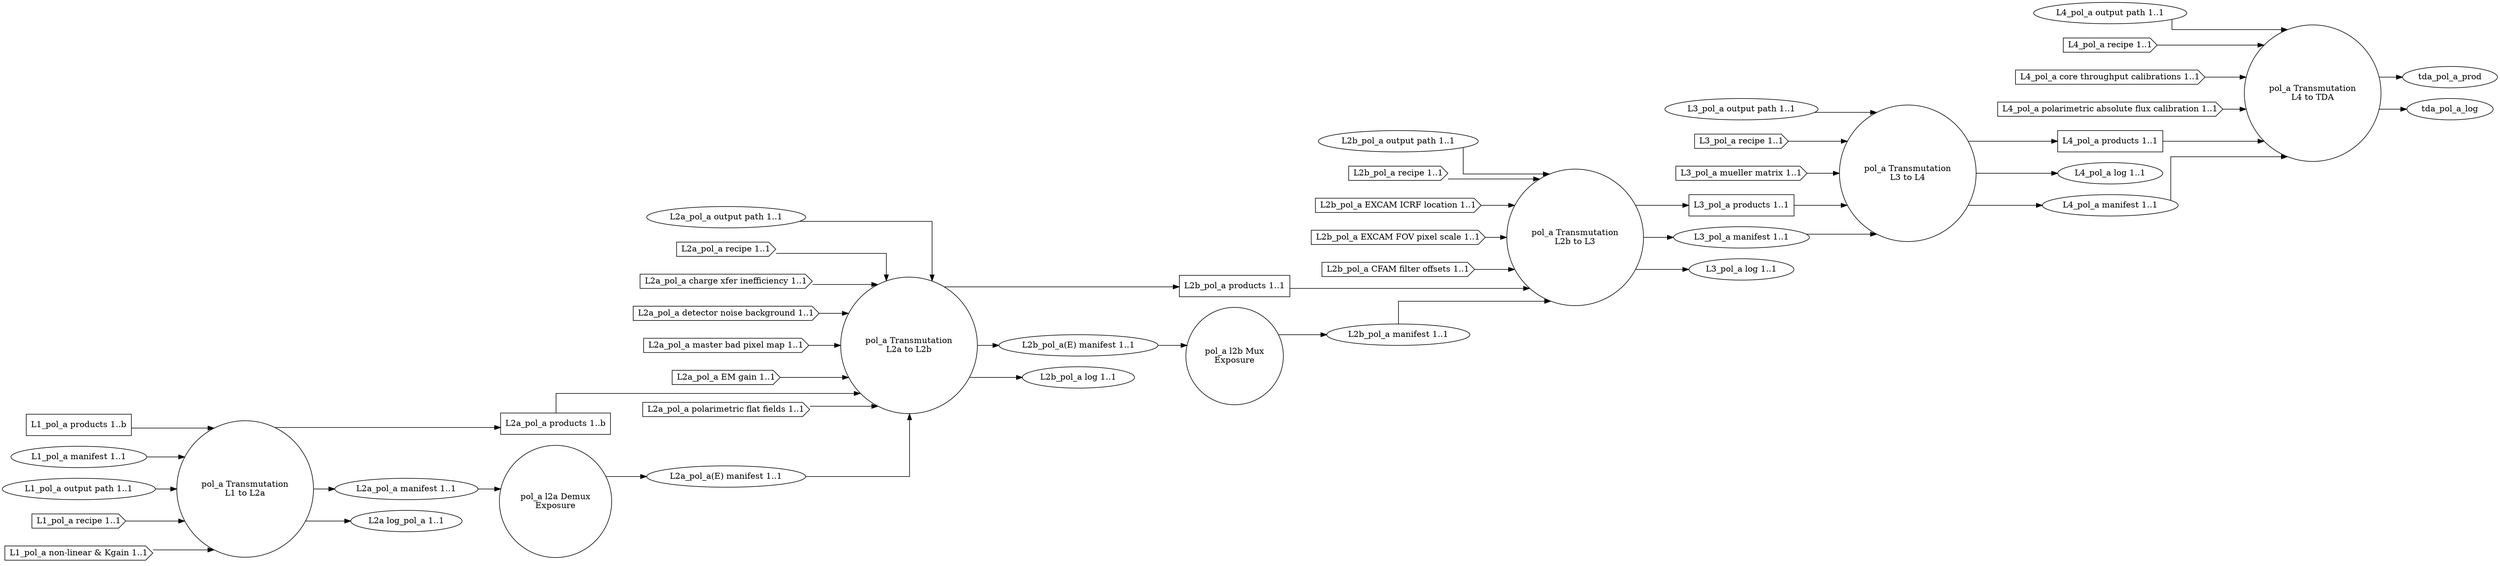
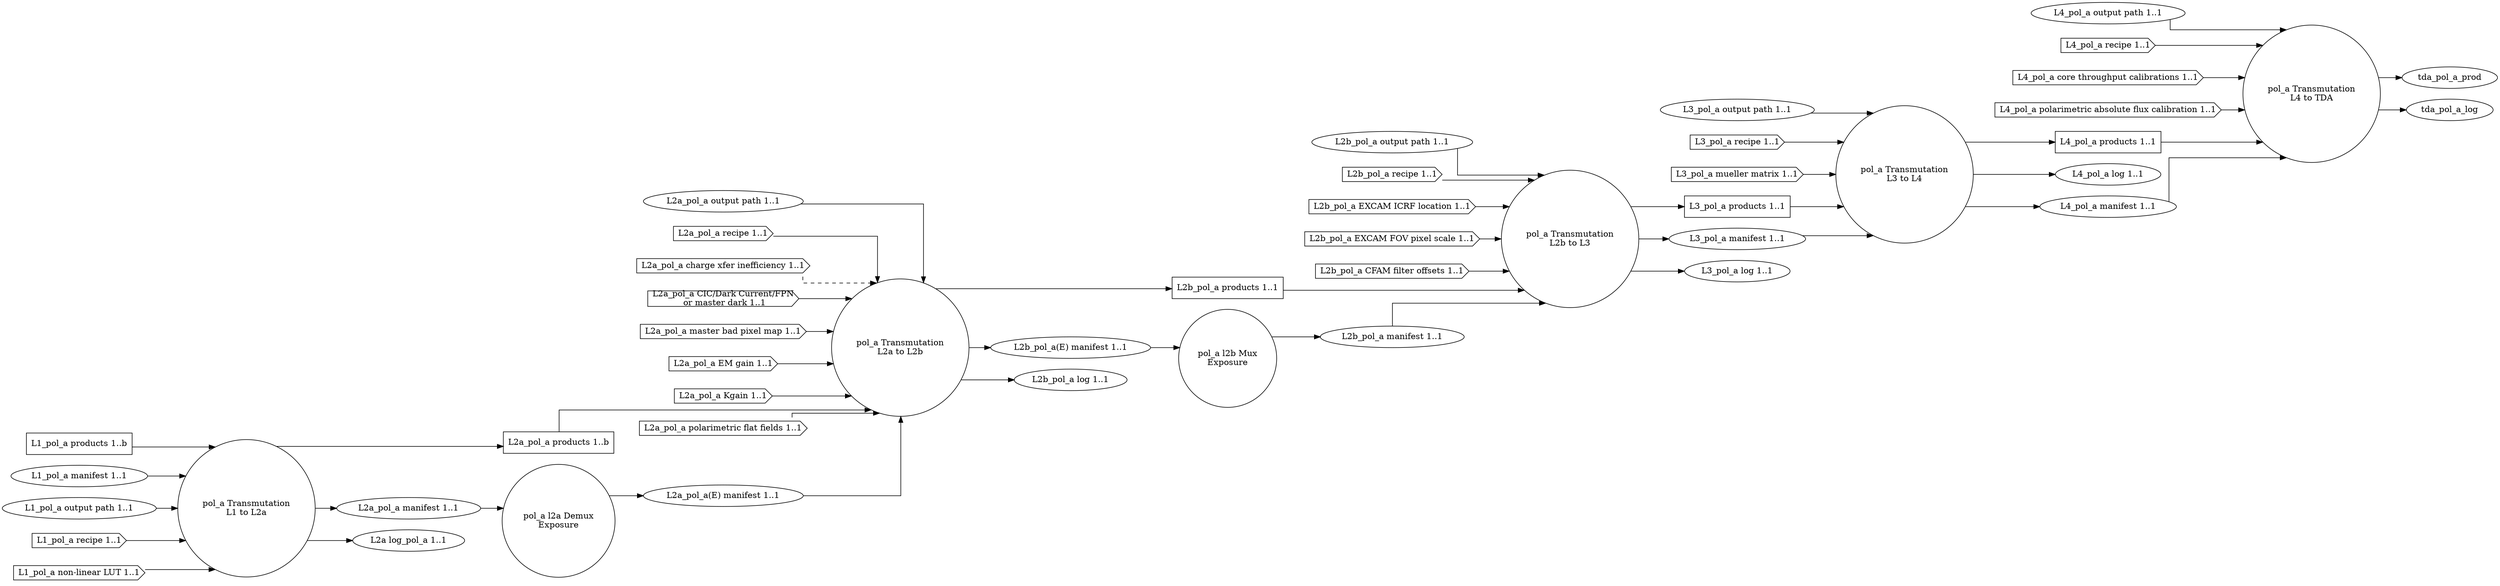
- digraph AbstractDesign
+ digraph PolarimetryAnalog
{
  graph [splines="ortho", rankdir=LR];

  trans_pol_a_l1_l2a [label="pol_a Transmutation\nL1 to L2a", shape="circle"];
  l2a_pol_a_demux [label="pol_a l2a Demux\nExposure" shape="circle"];
  trans_pol_a_l2a_l2b [label="pol_a Transmutation\nL2a to L2b", shape="circle"];
  l2b_pol_a_mux [label="pol_a l2b Mux\nExposure", shape="circle"];
  trans_pol_a_l2b_l3 [label="pol_a Transmutation\nL2b to L3", shape="circle"];
  trans_pol_a_l3_l4 [label="pol_a Transmutation\nL3 to L4", shape="circle"];
  trans_pol_a_l4_tda [label="pol_a Transmutation\nL4 to TDA", shape="circle"];

  l1_pol_a_prod [label="L1_pol_a products 1..b", shape="rectangle"];
  l1_pol_a_man [label="L1_pol_a manifest 1..1", shape="ellipse"];
  l1_pol_a_odir [label="L1_pol_a output path 1..1", shape="ellipse"];
  l1_pol_a_rec [label="L1_pol_a recipe 1..1", shape="cds"];
-   l1_pol_a_nln [label="L1_pol_a non-linear & Kgain 1..1", shape="cds"];
+   l1_pol_a_nllut [label="L1_pol_a non-linear LUT 1..1", shape="cds"];

  l2a_pol_a_prod [label="L2a_pol_a products 1..b", shape="rectangle"];
  l2a_pol_a_man [label="L2a_pol_a manifest 1..1", shape="ellipse"];
  l2a_pol_a_odir [label="L2a_pol_a output path 1..1", shape="ellipse"];
  l2a_pol_a_rec [label="L2a_pol_a recipe 1..1", shape="cds"];
  l2a_pol_a_cti [label="L2a_pol_a charge xfer inefficiency 1..1", shape="cds"];
-   l2a_pol_a_dnb [label="L2a_pol_a detector noise background 1..1", shape="cds"];
+   l2a_pol_a_dnb [label="L2a_pol_a CIC/Dark Current/FPN\n or master dark 1..1", shape="cds"];
  l2a_pol_a_mbpm [label="L2a_pol_a master bad pixel map 1..1", shape="cds"];
  l2a_pol_a_emg [label="L2a_pol_a EM gain 1..1", shape="cds"];
+   l2a_pol_a_kgain [label="L2a_pol_a Kgain 1..1", shape="cds"];
  l2a_pol_a_polff [label="L2a_pol_a polarimetric flat fields 1..1", shape="cds"];
  l2a_pol_a_log [label="L2a log_pol_a 1..1", shape="ellipse"];
  l2a_pol_a_man_demux [label="L2a_pol_a(E) manifest 1..1", shape="ellipse"];

  l2b_pol_a_prod [label="L2b_pol_a products 1..1", shape="rectangle"];
  l2b_pol_a_man [label="L2b_pol_a manifest 1..1", shape="ellipse"];
  l2b_pol_a_odir [label="L2b_pol_a output path 1..1", shape="ellipse"];
  l2b_pol_a_rec [label="L2b_pol_a recipe 1..1", shape="cds"];
  l2b_pol_a_excicrf [label="L2b_pol_a EXCAM ICRF location 1..1", shape="cds"];
  l2b_pol_a_excfovps [label="L2b_pol_a EXCAM FOV pixel scale 1..1", shape="cds"];
  l2b_pol_a_cfamfo [label="L2b_pol_a CFAM filter offsets 1..1", shape="cds"];
  l2b_pol_a_man_demux [label="L2b_pol_a(E) manifest 1..1", shape="ellipse"];
  l2b_pol_a_log [label="L2b_pol_a log 1..1", shape="ellipse"];

  l3_pol_a_prod [label="L3_pol_a products 1..1", shape="rectangle"];
  l3_pol_a_odir [label="L3_pol_a output path 1..1", shape="ellipse"];
  l3_pol_a_man [label="L3_pol_a manifest 1..1", shape="ellipse"];
  l3_pol_a_rec [label="L3_pol_a recipe 1..1", shape="cds"];
  l3_pol_a_mueller [label="L3_pol_a mueller matrix 1..1", shape="cds"];
  l3_pol_a_log [label="L3_pol_a log 1..1", shape="ellipse"];

  l4_pol_a_prod [label="L4_pol_a products 1..1", shape="rectangle"];
  l4_pol_a_log [label="L4_pol_a log 1..1", shape="ellipse"];
  l4_pol_a_man [label="L4_pol_a manifest 1..1", shape="ellipse"];
  l4_pol_a_odir [label="L4_pol_a output path 1..1", shape="ellipse"];
  l4_pol_a_rec [label="L4_pol_a recipe 1..1", shape="cds"];
  l4_pol_a_ctcal [label="L4_pol_a core throughput calibrations 1..1", shape="cds"];
  l4_pol_a_pafcal [label="L4_pol_a polarimetric absolute flux calibration 1..1", shape="cds"];

  l1_pol_a_prod -> trans_pol_a_l1_l2a;
  l1_pol_a_man -> trans_pol_a_l1_l2a;
  l1_pol_a_odir -> trans_pol_a_l1_l2a;
  l1_pol_a_rec -> trans_pol_a_l1_l2a;
-   l1_pol_a_nln -> trans_pol_a_l1_l2a;
+   l1_pol_a_nllut -> trans_pol_a_l1_l2a;

  trans_pol_a_l1_l2a -> l2a_pol_a_prod;
  trans_pol_a_l1_l2a -> l2a_pol_a_man;
  trans_pol_a_l1_l2a -> l2a_pol_a_log;

  l2a_pol_a_prod -> trans_pol_a_l2a_l2b;
  l2a_pol_a_odir -> trans_pol_a_l2a_l2b;
  l2a_pol_a_rec -> trans_pol_a_l2a_l2b;
-   l2a_pol_a_cti -> trans_pol_a_l2a_l2b;
+   l2a_pol_a_cti -> trans_pol_a_l2a_l2b [style="dashed"];
  l2a_pol_a_dnb -> trans_pol_a_l2a_l2b;
  l2a_pol_a_mbpm -> trans_pol_a_l2a_l2b;
  l2a_pol_a_emg -> trans_pol_a_l2a_l2b;
+   l2a_pol_a_kgain -> trans_pol_a_l2a_l2b;
  l2a_pol_a_polff -> trans_pol_a_l2a_l2b;

  trans_pol_a_l2a_l2b -> l2b_pol_a_prod;
  trans_pol_a_l2a_l2b -> l2b_pol_a_man_demux;
  trans_pol_a_l2a_l2b -> l2b_pol_a_log;

  l2a_pol_a_man -> l2a_pol_a_demux;
  l2a_pol_a_demux -> l2a_pol_a_man_demux;
  l2a_pol_a_man_demux -> trans_pol_a_l2a_l2b;

  l2b_pol_a_man_demux -> l2b_pol_a_mux;
  l2b_pol_a_mux -> l2b_pol_a_man;

  l2b_pol_a_prod -> trans_pol_a_l2b_l3;
  l2b_pol_a_man -> trans_pol_a_l2b_l3;
  l2b_pol_a_odir -> trans_pol_a_l2b_l3;
  l2b_pol_a_rec -> trans_pol_a_l2b_l3;
  l2b_pol_a_excicrf -> trans_pol_a_l2b_l3;
  l2b_pol_a_excfovps -> trans_pol_a_l2b_l3;
  l2b_pol_a_cfamfo -> trans_pol_a_l2b_l3;
  trans_pol_a_l2b_l3 -> l3_pol_a_prod;
  trans_pol_a_l2b_l3 -> l3_pol_a_man;
  trans_pol_a_l2b_l3 -> l3_pol_a_log;

  l3_pol_a_prod -> trans_pol_a_l3_l4;
  l3_pol_a_man -> trans_pol_a_l3_l4;
  l3_pol_a_odir -> trans_pol_a_l3_l4;
  l3_pol_a_rec -> trans_pol_a_l3_l4;
  l3_pol_a_mueller -> trans_pol_a_l3_l4;
  trans_pol_a_l3_l4 -> l4_pol_a_prod;
  trans_pol_a_l3_l4 -> l4_pol_a_log;
  trans_pol_a_l3_l4 -> l4_pol_a_man;

  l4_pol_a_prod -> trans_pol_a_l4_tda;
  l4_pol_a_man -> trans_pol_a_l4_tda;
  l4_pol_a_odir -> trans_pol_a_l4_tda;
  l4_pol_a_rec -> trans_pol_a_l4_tda;
  l4_pol_a_ctcal -> trans_pol_a_l4_tda;
  l4_pol_a_pafcal -> trans_pol_a_l4_tda;
  trans_pol_a_l4_tda -> tda_pol_a_prod;
  trans_pol_a_l4_tda -> tda_pol_a_log;
}
